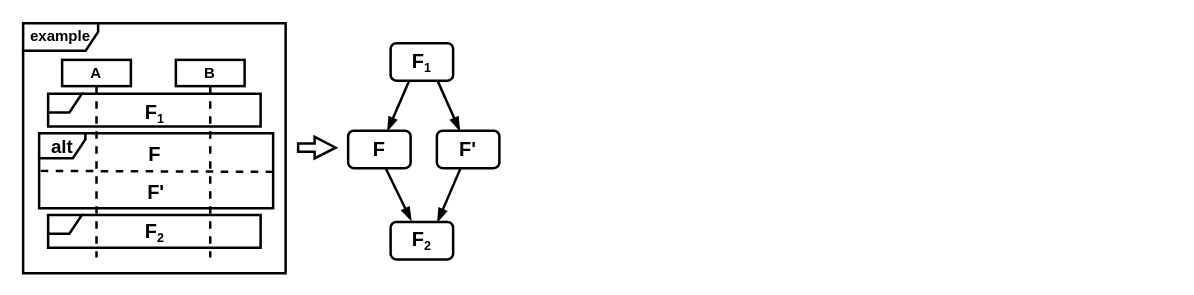
Above: alt.drawio in ShiYufei0708/draw (draw.io), before the change. Source tidied: cells renumbered, new cells numbered last; positions are measured from the earlier drawing's top-left corner, leaving out a move shared by most shapes. Both pictures are drawn from the tidied source at 125%, with x=0, y=0 at pixel (22, 22).
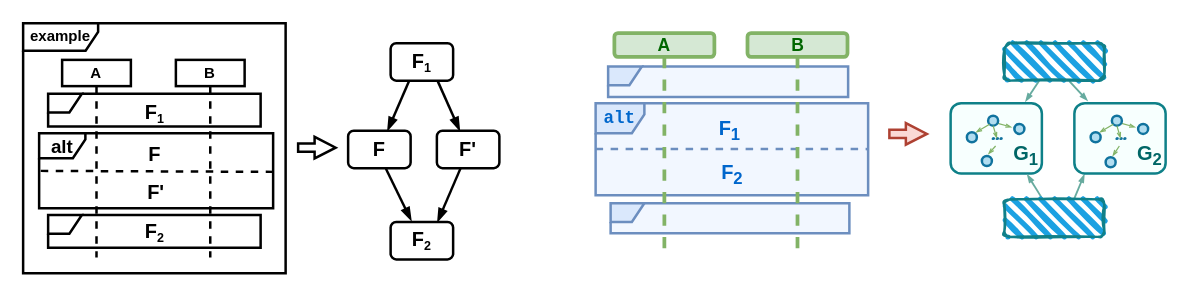
The same diagram, later.

What changed in the source:
```diff
@@
+    <mxCell id="23" style="rounded=0;jettySize=auto;html=1;strokeColor=light-dark(#67AB9F,#EDEDED);endArrow=blockThin;endFill=1;endSize=3;strokeWidth=1.5;exitX=0.649;exitY=1.013;exitDx=0;exitDy=0;exitPerimeter=0;entryX=0.145;entryY=-0.033;entryDx=0;entryDy=0;entryPerimeter=0;" parent="1" edge="1" source="60" target="37">
+      <mxGeometry relative="1" as="geometry" />
+    </mxCell>
+    <mxCell id="24" style="rounded=0;orthogonalLoop=1;jettySize=auto;html=1;strokeWidth=1.5;endArrow=blockThin;endFill=1;endSize=3;strokeColor=light-dark(#68ab9f, #ededed);" parent="1" edge="1">
+      <mxGeometry relative="1" as="geometry">
+        <mxPoint x="840" y="142.6" as="sourcePoint" />
+        <mxPoint x="849" y="121" as="targetPoint" />
+      </mxGeometry>
+    </mxCell>
+    <mxCell id="25" style="group;" parent="1" vertex="1">
+      <mxGeometry x="458" y="64" width="218" height="73.6" as="geometry" />
+    </mxCell>
+    <mxCell id="26" value="&lt;font face=&quot;Courier New&quot; style=&quot;color: light-dark(rgb(0, 103, 204), rgb(237, 237, 237)); font-size: 14px;&quot;&gt;&lt;b style=&quot;&quot;&gt;alt&lt;/b&gt;&lt;/font&gt;" style="shape=umlFrame;whiteSpace=wrap;html=1;width=39;height=24;fillColor=#dae8fc;strokeColor=#6c8ebf;fillStyle=auto;shadow=0;strokeWidth=2;swimlaneFillColor=light-dark(#F2F7FF,#002813);" parent="25" vertex="1">
+      <mxGeometry width="218" height="73.6" as="geometry" />
+    </mxCell>
+    <mxCell id="27" value="&lt;span style=&quot;font-size: 16px;&quot;&gt;&lt;font style=&quot;color: rgb(0, 102, 204);&quot;&gt;F&lt;sub style=&quot;&quot;&gt;1&lt;/sub&gt;&lt;/font&gt;&lt;/span&gt;" style="text;html=1;align=center;verticalAlign=middle;strokeColor=none;fillColor=none;fontStyle=1;strokeWidth=2;" parent="25" vertex="1">
+      <mxGeometry x="89" y="5.3" width="35" height="34" as="geometry" />
+    </mxCell>
+    <mxCell id="28" style="endArrow=none;dashed=1;html=1;rounded=0;entryX=0.998;entryY=0.553;entryDx=0;entryDy=0;entryPerimeter=0;fontStyle=1;strokeWidth=2;exitX=-0.001;exitY=0.565;exitDx=0;exitDy=0;exitPerimeter=0;strokeColor=light-dark(#6c8ebf, #ededed);" parent="25" edge="1">
+      <mxGeometry relative="1" as="geometry">
+        <mxPoint y="36.6" as="sourcePoint" />
+        <mxPoint x="217.8" y="36.8" as="targetPoint" />
+      </mxGeometry>
+    </mxCell>
+    <mxCell id="29" value="&lt;span style=&quot;font-size: 16px;&quot;&gt;&lt;font style=&quot;color: rgb(0, 102, 204);&quot;&gt;F&lt;sub style=&quot;&quot;&gt;2&lt;/sub&gt;&lt;/font&gt;&lt;/span&gt;" style="text;html=1;align=center;verticalAlign=middle;strokeColor=none;fillColor=none;fontStyle=1;strokeWidth=2;" parent="25" vertex="1">
+      <mxGeometry x="91.5" y="39.6" width="35" height="34" as="geometry" />
+    </mxCell>
+    <mxCell id="30" style="shape=umlFrame;whiteSpace=wrap;html=1;width=27;height=15;fillColor=#dae8fc;strokeColor=#6c8ebf;fillStyle=auto;shadow=0;strokeWidth=2;swimlaneFillColor=light-dark(#F2F7FF,#002813);" parent="1" vertex="1">
+      <mxGeometry x="468" y="34.7" width="192" height="24.3" as="geometry" />
+    </mxCell>
@@
+    <mxCell id="31" style="shape=umlFrame;whiteSpace=wrap;html=1;width=27;height=15;fillColor=#dae8fc;strokeColor=#6c8ebf;fillStyle=auto;shadow=0;strokeWidth=2;swimlaneFillColor=light-dark(#F2F7FF,#002813);" parent="1" vertex="1">
+      <mxGeometry x="470" y="144" width="191" height="24" as="geometry" />
+    </mxCell>
+    <mxCell id="32" value="&lt;font face=&quot;Helvetica&quot; style=&quot;color: rgb(0, 102, 0); font-size: 14px;&quot;&gt;&lt;b style=&quot;&quot;&gt;A&lt;/b&gt;&lt;/font&gt;" style="shape=umlLifeline;perimeter=lifelinePerimeter;whiteSpace=wrap;html=1;newEdgeStyle={&quot;curved&quot;:0,&quot;rounded&quot;:0};size=19;fillColor=#d5e8d4;strokeColor=#82b366;strokeWidth=3;rounded=1;shadow=0;" parent="1" vertex="1">
+      <mxGeometry x="473" y="8" width="80" height="175" as="geometry" />
+    </mxCell>
+    <mxCell id="33" value="&lt;font face=&quot;Helvetica&quot; style=&quot;color: rgb(0, 102, 0); font-size: 14px;&quot;&gt;&lt;b style=&quot;&quot;&gt;B&lt;/b&gt;&lt;/font&gt;" style="shape=umlLifeline;perimeter=lifelinePerimeter;whiteSpace=wrap;html=1;newEdgeStyle={&quot;curved&quot;:0,&quot;rounded&quot;:0};size=19;fillColor=#d5e8d4;strokeColor=#82b366;strokeWidth=3;rounded=1;shadow=0;" parent="1" vertex="1">
+      <mxGeometry x="579.5" y="8" width="80" height="175" as="geometry" />
+    </mxCell>
+    <mxCell id="34" style="rounded=0;jettySize=auto;html=1;strokeColor=light-dark(#67AB9F,#EDEDED);endArrow=blockThin;endFill=1;endSize=3;strokeWidth=1.5;exitX=0.348;exitY=1.005;exitDx=0;exitDy=0;exitPerimeter=0;entryX=0.82;entryY=-0.023;entryDx=0;entryDy=0;entryPerimeter=0;" parent="1" edge="1" source="60" target="49">
+      <mxGeometry relative="1" as="geometry" />
+    </mxCell>
+    <mxCell id="35" style="html=1;shadow=0;dashed=0;align=center;verticalAlign=middle;shape=mxgraph.arrows2.arrow;dy=0.61;dx=16.82;notch=0;strokeWidth=2;fillColor=#fad9d5;strokeColor=#ae4132;" parent="1" vertex="1">
+      <mxGeometry x="693" y="80" width="30" height="17.2" as="geometry" />
+    </mxCell>
+    <mxCell id="36" style="group;" parent="1" vertex="1">
+      <mxGeometry x="841" y="64" width="79" height="58.7" as="geometry" />
+    </mxCell>
+    <mxCell id="37" style="rounded=1;whiteSpace=wrap;html=1;strokeWidth=2;fillColor=#F7FFFE;strokeColor=#0e8088;" parent="36" vertex="1">
+      <mxGeometry width="73" height="56.3" as="geometry" />
+    </mxCell>
+    <mxCell id="38" style="rounded=0;jettySize=auto;html=1;endArrow=openThin;endFill=0;strokeColor=#82b366;strokeWidth=1;fillColor=#d5e8d4;endSize=3;entryX=-0.25;entryY=0.336;entryDx=0;entryDy=0;entryPerimeter=0;" parent="36" edge="1" target="40">
+      <mxGeometry relative="1" as="geometry">
+        <mxPoint x="37" y="16" as="sourcePoint" />
+      </mxGeometry>
+    </mxCell>
+    <mxCell id="39" style="ellipse;whiteSpace=wrap;html=1;strokeWidth=2;fillColor=#b1ddf0;strokeColor=#10739e;" parent="36" vertex="1">
+      <mxGeometry x="30" y="10" width="8" height="8" as="geometry" />
+    </mxCell>
+    <mxCell id="40" style="ellipse;whiteSpace=wrap;html=1;strokeWidth=2;fillColor=#b1ddf0;strokeColor=#10739e;" parent="36" vertex="1">
+      <mxGeometry x="51" y="16.6" width="8" height="8" as="geometry" />
+    </mxCell>
+    <mxCell id="41" style="ellipse;whiteSpace=wrap;html=1;strokeWidth=2;fillColor=#b1ddf0;strokeColor=#10739e;" parent="36" vertex="1">
+      <mxGeometry x="25" y="43.3" width="8" height="8" as="geometry" />
+    </mxCell>
+    <mxCell id="42" style="ellipse;whiteSpace=wrap;html=1;strokeWidth=2;fillColor=#b1ddf0;strokeColor=#10739e;" parent="36" vertex="1">
+      <mxGeometry x="13" y="23.3" width="8" height="8" as="geometry" />
+    </mxCell>
+    <mxCell id="43" style="rounded=0;jettySize=auto;html=1;endArrow=openThin;endFill=0;strokeColor=#82b366;strokeWidth=1;fillColor=#d5e8d4;endSize=3;exitX=0;exitY=1;exitDx=0;exitDy=0;entryX=0.89;entryY=0.017;entryDx=0;entryDy=0;entryPerimeter=0;" parent="36" edge="1" source="39" target="42">
+      <mxGeometry relative="1" as="geometry" />
+    </mxCell>
+    <mxCell id="44" value="&lt;b&gt;&lt;font style=&quot;font-size: 22px;&quot; face=&quot;Comic Sans MS&quot;&gt;...&lt;/font&gt;&lt;/b&gt;" style="text;html=1;align=center;verticalAlign=middle;strokeColor=none;fillColor=none;fontColor=light-dark(#12739e, #ededed);" parent="36" vertex="1">
+      <mxGeometry x="13.5" y="5.3" width="47" height="38" as="geometry" />
+    </mxCell>
+    <mxCell id="45" style="rounded=0;jettySize=auto;html=1;endArrow=openThin;endFill=0;strokeColor=#82b366;strokeWidth=1;fillColor=#d5e8d4;endSize=3;exitX=0.5;exitY=1;exitDx=0;exitDy=0;" parent="36" edge="1" source="39">
+      <mxGeometry relative="1" as="geometry">
+        <mxPoint x="37" y="28.3" as="targetPoint" />
+      </mxGeometry>
+    </mxCell>
+    <mxCell id="46" style="rounded=0;jettySize=auto;html=1;endArrow=openThin;endFill=0;strokeColor=#82b366;strokeWidth=1;fillColor=#d5e8d4;endSize=3;entryX=0.691;entryY=-0.106;entryDx=0;entryDy=0;entryPerimeter=0;" parent="36" edge="1" target="41">
+      <mxGeometry relative="1" as="geometry">
+        <mxPoint x="36" y="34.3" as="sourcePoint" />
+      </mxGeometry>
+    </mxCell>
+    <mxCell id="47" value="&lt;span style=&quot;font-size: 16px;&quot;&gt;&lt;font style=&quot;color: rgb(0, 102, 102);&quot;&gt;G&lt;sub style=&quot;&quot;&gt;2&lt;/sub&gt;&lt;/font&gt;&lt;/span&gt;" style="text;html=1;align=center;verticalAlign=middle;strokeColor=none;fillColor=none;fontStyle=1;strokeWidth=2;" parent="36" vertex="1">
+      <mxGeometry x="41" y="24.7" width="38" height="34" as="geometry" />
+    </mxCell>
+    <mxCell id="48" style="group;" parent="1" vertex="1">
+      <mxGeometry x="742" y="64" width="79" height="59.2" as="geometry" />
+    </mxCell>
+    <mxCell id="49" style="rounded=1;whiteSpace=wrap;html=1;strokeWidth=2;fillColor=#F7FFFE;strokeColor=#0e8088;" parent="48" vertex="1">
+      <mxGeometry width="73" height="56.3" as="geometry" />
+    </mxCell>
+    <mxCell id="50" style="rounded=0;jettySize=auto;html=1;endArrow=openThin;endFill=0;strokeColor=#82b366;strokeWidth=1;fillColor=#d5e8d4;endSize=3;entryX=-0.25;entryY=0.336;entryDx=0;entryDy=0;entryPerimeter=0;" parent="48" edge="1" target="52">
+      <mxGeometry relative="1" as="geometry">
+        <mxPoint x="37" y="16" as="sourcePoint" />
+      </mxGeometry>
+    </mxCell>
+    <mxCell id="51" style="ellipse;whiteSpace=wrap;html=1;strokeWidth=2;fillColor=#b1ddf0;strokeColor=#10739e;" parent="48" vertex="1">
+      <mxGeometry x="30" y="10" width="8" height="8" as="geometry" />
+    </mxCell>
+    <mxCell id="52" style="ellipse;whiteSpace=wrap;html=1;strokeWidth=2;fillColor=#b1ddf0;strokeColor=#10739e;" parent="48" vertex="1">
+      <mxGeometry x="51" y="16.6" width="8" height="8" as="geometry" />
+    </mxCell>
+    <mxCell id="53" style="ellipse;whiteSpace=wrap;html=1;strokeWidth=2;fillColor=#b1ddf0;strokeColor=#10739e;" parent="48" vertex="1">
+      <mxGeometry x="25" y="42.3" width="8" height="8" as="geometry" />
+    </mxCell>
+    <mxCell id="54" style="ellipse;whiteSpace=wrap;html=1;strokeWidth=2;fillColor=#b1ddf0;strokeColor=#10739e;" parent="48" vertex="1">
+      <mxGeometry x="13" y="23.3" width="8" height="8" as="geometry" />
+    </mxCell>
+    <mxCell id="55" style="rounded=0;jettySize=auto;html=1;endArrow=openThin;endFill=0;strokeColor=#82b366;strokeWidth=1;fillColor=#d5e8d4;endSize=3;exitX=0;exitY=1;exitDx=0;exitDy=0;entryX=0.89;entryY=0.017;entryDx=0;entryDy=0;entryPerimeter=0;" parent="48" edge="1" source="51" target="54">
+      <mxGeometry relative="1" as="geometry" />
+    </mxCell>
+    <mxCell id="56" value="&lt;b&gt;&lt;font style=&quot;font-size: 22px;&quot; face=&quot;Comic Sans MS&quot;&gt;...&lt;/font&gt;&lt;/b&gt;" style="text;html=1;align=center;verticalAlign=middle;strokeColor=none;fillColor=none;fontColor=light-dark(#12739e, #ededed);" parent="48" vertex="1">
+      <mxGeometry x="13.5" y="5.3" width="47" height="38" as="geometry" />
+    </mxCell>
+    <mxCell id="57" style="rounded=0;jettySize=auto;html=1;endArrow=openThin;endFill=0;strokeColor=#82b366;strokeWidth=1;fillColor=#d5e8d4;endSize=3;exitX=0.5;exitY=1;exitDx=0;exitDy=0;" parent="48" edge="1" source="51">
+      <mxGeometry relative="1" as="geometry">
+        <mxPoint x="37" y="28.3" as="targetPoint" />
+      </mxGeometry>
+    </mxCell>
+    <mxCell id="58" style="rounded=0;orthogonalLoop=1;jettySize=auto;html=1;endArrow=openThin;endFill=0;strokeColor=#82b366;strokeWidth=1;fillColor=#d5e8d4;endSize=3;" parent="48" edge="1">
+      <mxGeometry relative="1" as="geometry">
+        <mxPoint x="36" y="34.3" as="sourcePoint" />
+        <mxPoint x="30" y="40.9" as="targetPoint" />
+      </mxGeometry>
+    </mxCell>
+    <mxCell id="59" value="&lt;span style=&quot;font-size: 16px;&quot;&gt;&lt;font style=&quot;color: rgb(0, 102, 102);&quot;&gt;G&lt;sub style=&quot;&quot;&gt;1&lt;/sub&gt;&lt;/font&gt;&lt;/span&gt;" style="text;html=1;align=center;verticalAlign=middle;strokeColor=none;fillColor=none;fontStyle=1;strokeWidth=2;" parent="48" vertex="1">
+      <mxGeometry x="41" y="25.2" width="38" height="34" as="geometry" />
+    </mxCell>
+    <mxCell id="60" style="rounded=1;whiteSpace=wrap;html=1;strokeWidth=2;fillWeight=4;hachureGap=8;hachureAngle=45;fillColor=#1ba1e2;sketch=1;strokeColor=light-dark(#108089, #ededed);" parent="1" vertex="1">
+      <mxGeometry x="785" y="16" width="80" height="30" as="geometry" />
+    </mxCell>
+    <mxCell id="61" style="rounded=0;jettySize=auto;html=1;entryX=0.839;entryY=1.014;entryDx=0;entryDy=0;strokeWidth=1.5;endArrow=blockThin;endFill=1;endSize=3;strokeColor=light-dark(#68ab9f, #ededed);entryPerimeter=0;" parent="1" edge="1" source="62" target="49">
+      <mxGeometry relative="1" as="geometry" />
+    </mxCell>
+    <mxCell id="62" style="rounded=1;whiteSpace=wrap;html=1;strokeWidth=2;fillWeight=4;hachureGap=8;hachureAngle=45;fillColor=#1ba1e2;sketch=1;strokeColor=light-dark(#108089, #ededed);" parent="1" vertex="1">
+      <mxGeometry x="785" y="141" width="80" height="30" as="geometry" />
+    </mxCell>
```
